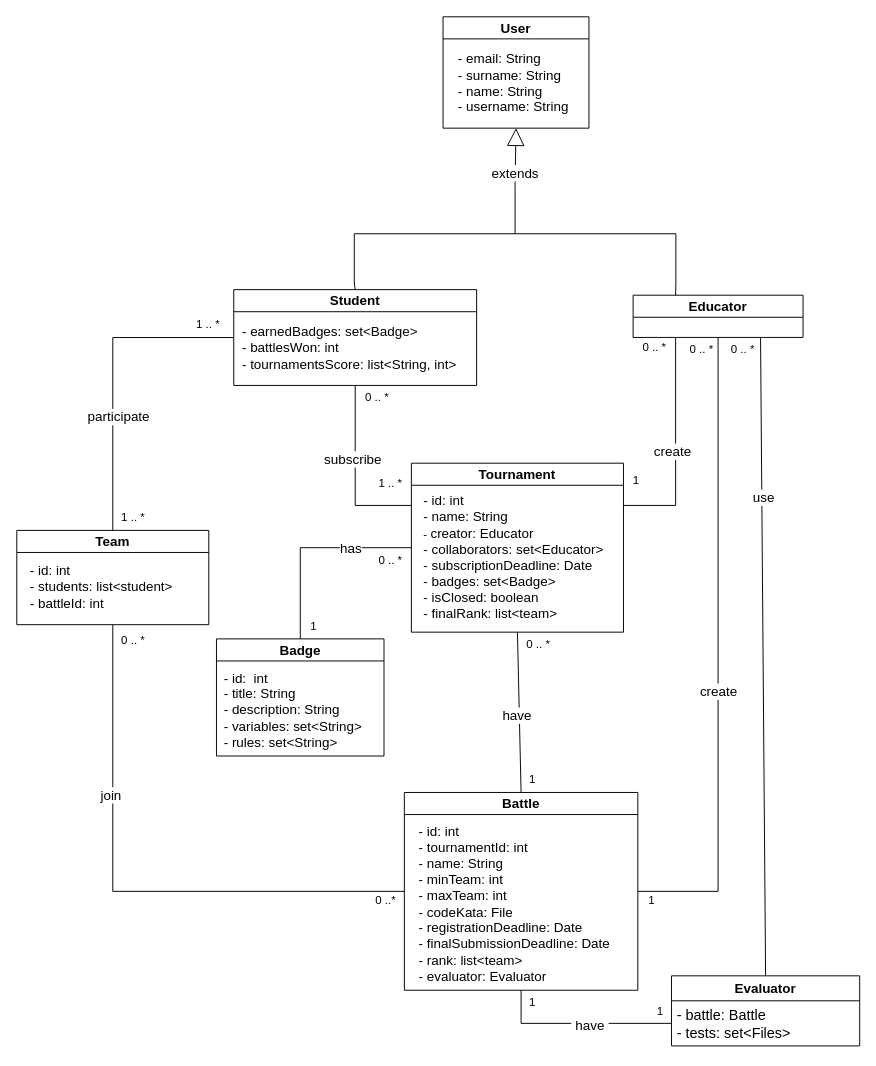
mttcrn/software-engineering-II-project keeps this draw.io diagram as diagrams/class diagram (UML)/ClassDiagram.drawio. Above is the earlier version. Source tidied: cells renumbered, new cells numbered last; positions are measured from the earlier drawing's top-left corner, leaving out a move shared by most shapes. Both pictures are drawn from the tidied source at 96%, with x=0, y=0 at pixel (16, 16).
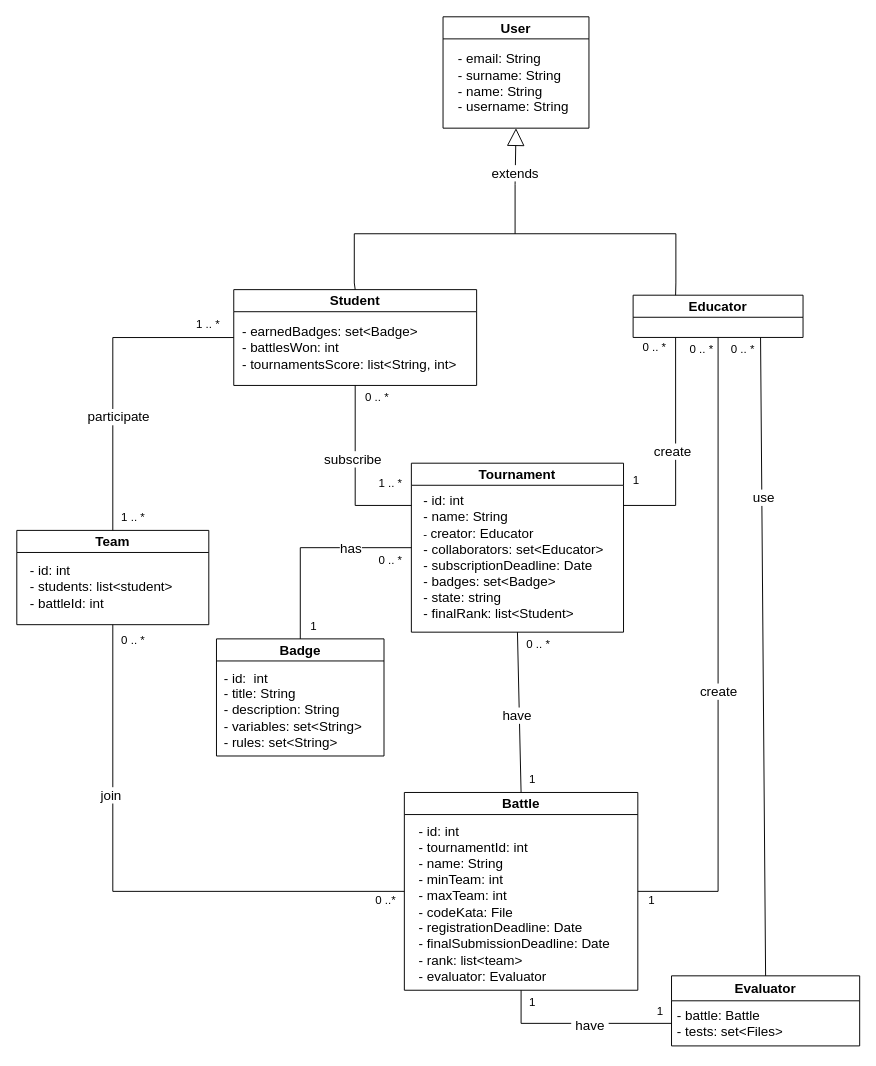
The same diagram, later.

Unchanged cells that the change refers to:
```xml
<mxCell id="10" value="&lt;font style=&quot;font-size: 14px;&quot;&gt;Tournament&lt;/font&gt;" style="swimlane;whiteSpace=wrap;html=1;rounded=0;labelBackgroundColor=none;" parent="1" vertex="1">
  <mxGeometry x="411" y="465" width="221" height="176" as="geometry" />
</mxCell>
<mxCell id="47" value="&lt;font style=&quot;font-size: 14px;&quot;&gt;&lt;b&gt;Evaluator&lt;/b&gt;&lt;/font&gt;" style="swimlane;fontStyle=0;horizontal=1;startSize=26;fillColor=none;whiteSpace=wrap;html=1;rounded=0;labelBackgroundColor=none;" parent="1" vertex="1">
  <mxGeometry x="682" y="999" width="196" height="73" as="geometry" />
</mxCell>
```

The edit, as a diff of the source:
```diff
@@
-    <mxCell id="11" value="&lt;font style=&quot;&quot;&gt;&lt;span style=&quot;font-size: 14px;&quot;&gt;- id: int&lt;/span&gt;&lt;br&gt;&lt;span style=&quot;font-size: 14px;&quot;&gt;- name: String&lt;br&gt;&lt;/span&gt;- &lt;font style=&quot;font-size: 14px;&quot;&gt;creator: Educator&lt;br&gt;&lt;/font&gt;&lt;font style=&quot;font-size: 14px;&quot;&gt;- collaborators: set&amp;lt;Educator&amp;gt;&lt;/font&gt;&lt;br&gt;&lt;div style=&quot;&quot;&gt;&lt;span style=&quot;font-size: 14px;&quot;&gt;- subscriptionDeadline: Date&lt;/span&gt;&lt;/div&gt;&lt;div style=&quot;&quot;&gt;&lt;span style=&quot;font-size: 14px;&quot;&gt;- badges: set&amp;lt;Badge&amp;gt;&lt;/span&gt;&lt;/div&gt;&lt;div style=&quot;&quot;&gt;&lt;span style=&quot;font-size: 14px;&quot;&gt;- isClosed: boolean&lt;/span&gt;&lt;/div&gt;&lt;div style=&quot;&quot;&gt;&lt;span style=&quot;font-size: 14px;&quot;&gt;- finalRank: list&amp;lt;team&amp;gt;&lt;/span&gt;&lt;/div&gt;&lt;/font&gt;" style="text;html=1;align=left;verticalAlign=middle;strokeColor=none;fillColor=none;rounded=0;labelBackgroundColor=none;" parent="10" vertex="1">
+    <mxCell id="11" value="&lt;font style=&quot;&quot;&gt;&lt;span style=&quot;font-size: 14px;&quot;&gt;- id: int&lt;/span&gt;&lt;br&gt;&lt;span style=&quot;font-size: 14px;&quot;&gt;- name: String&lt;br&gt;&lt;/span&gt;- &lt;font style=&quot;font-size: 14px;&quot;&gt;creator: Educator&lt;br&gt;&lt;/font&gt;&lt;font style=&quot;font-size: 14px;&quot;&gt;- collaborators: set&amp;lt;Educator&amp;gt;&lt;/font&gt;&lt;br&gt;&lt;div style=&quot;&quot;&gt;&lt;span style=&quot;font-size: 14px;&quot;&gt;- subscriptionDeadline: Date&lt;/span&gt;&lt;/div&gt;&lt;div style=&quot;&quot;&gt;&lt;span style=&quot;font-size: 14px;&quot;&gt;- badges: set&amp;lt;Badge&amp;gt;&lt;/span&gt;&lt;/div&gt;&lt;div style=&quot;&quot;&gt;&lt;span style=&quot;font-size: 14px;&quot;&gt;- state: string&lt;/span&gt;&lt;/div&gt;&lt;div style=&quot;&quot;&gt;&lt;span style=&quot;font-size: 14px;&quot;&gt;- finalRank: list&amp;lt;Student&amp;gt;&lt;/span&gt;&lt;/div&gt;&lt;/font&gt;" style="text;html=1;align=left;verticalAlign=middle;strokeColor=none;fillColor=none;rounded=0;labelBackgroundColor=none;" parent="10" vertex="1">
       <mxGeometry x="11" y="25" width="206" height="146" as="geometry" />
     </mxCell>
@@
-    <mxCell id="48" value="&lt;font style=&quot;font-size: 15px;&quot;&gt;- battle: Battle&lt;br&gt;- tests: set&amp;lt;Files&amp;gt;&lt;/font&gt;" style="text;strokeColor=none;fillColor=none;align=left;verticalAlign=top;spacingLeft=4;spacingRight=4;overflow=hidden;points=[[0,0.5],[1,0.5]];portConstraint=eastwest;whiteSpace=wrap;html=1;rounded=0;labelBackgroundColor=none;" parent="47" vertex="1">
+    <mxCell id="48" value="&lt;font style=&quot;font-size: 14px;&quot;&gt;- battle: Battle&lt;br&gt;- tests: set&amp;lt;Files&amp;gt;&lt;/font&gt;" style="text;strokeColor=none;fillColor=none;align=left;verticalAlign=top;spacingLeft=4;spacingRight=4;overflow=hidden;points=[[0,0.5],[1,0.5]];portConstraint=eastwest;whiteSpace=wrap;html=1;rounded=0;labelBackgroundColor=none;" parent="47" vertex="1">
       <mxGeometry y="26" width="196" height="47" as="geometry" />
     </mxCell>
```
